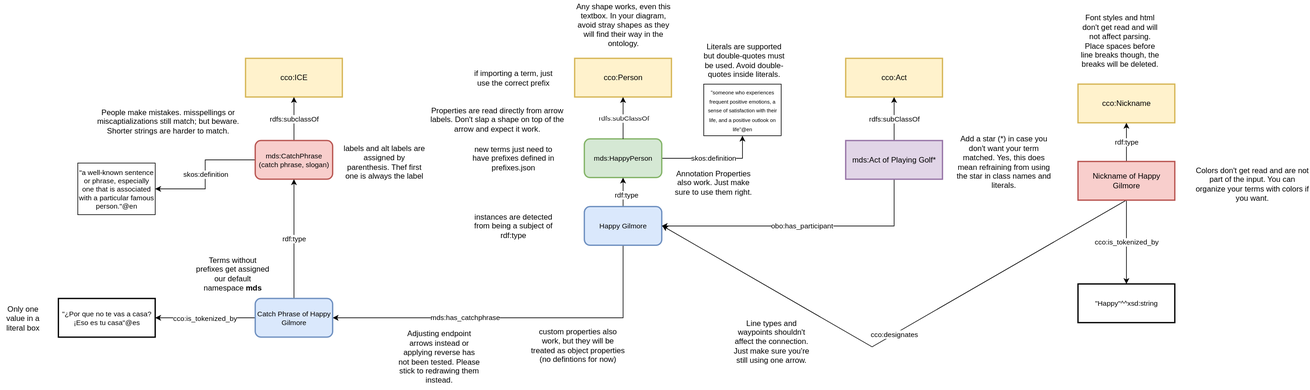
The draw.io diagram figures/happy-example-explainer.drawio.svg in Gabbyton/CEMENTO, before a commit. Source tidied: cells renumbered, new cells last; positions are measured from the earlier drawing's top-left corner, leaving out a move shared by most shapes.
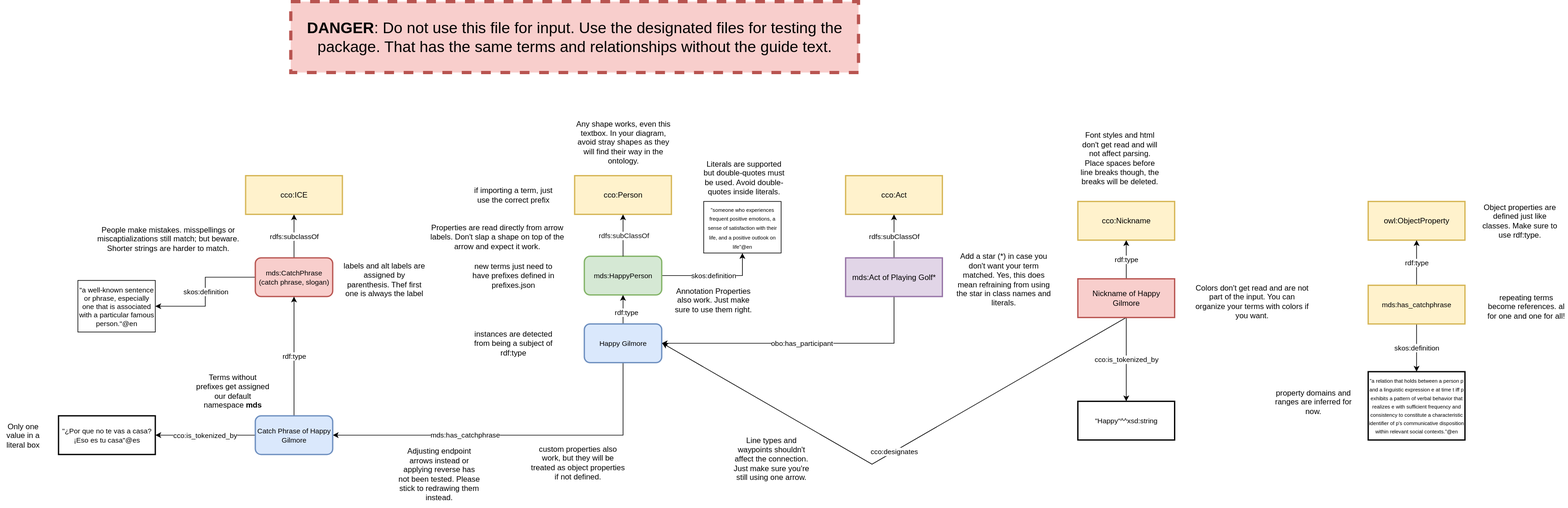
Above is the later version.

The edit, as a diff of the source:
```diff
@@ -59,6 +59,9 @@
     <mxCell id="20" value="&lt;span style=&quot;font-size: 12px;&quot;&gt;cco:Nickname&lt;/span&gt;" style="rounded=1;whiteSpace=wrap;html=1;align=center;verticalAlign=middle;fontFamily=Helvetica;fontSize=11;labelBackgroundColor=none;fillColor=#fff2cc;strokeColor=#d6b656;strokeWidth=2;arcSize=0;enumerate=0;" parent="1" vertex="1">
       <mxGeometry x="1670" y="130" width="150" height="60" as="geometry" />
     </mxCell>
+    <mxCell id="49" value="&lt;b&gt;DANGER&lt;/b&gt;: Do not use this file for input. Use the designated files for testing the package. That has the same terms and relationships without the guide text." style="rounded=0;whiteSpace=wrap;html=1;fillColor=#f8cecc;strokeColor=#b85450;fontSize=24;dashed=1;strokeWidth=5;" parent="1" vertex="1">
+      <mxGeometry x="450" y="-180" width="880" height="110" as="geometry" />
+    </mxCell>
     <mxCell id="21" value="rdf:type" style="edgeStyle=orthogonalEdgeStyle;rounded=0;jettySize=auto;html=1;" parent="1" edge="1" source="24" target="20">
       <mxGeometry relative="1" as="geometry" />
     </mxCell>
@@ -121,7 +124,7 @@
     <mxCell id="39" value="&quot;¿Por que no te vas a casa? ¡Eso es tu casa&quot;@es" style="rounded=1;whiteSpace=wrap;html=1;align=center;verticalAlign=middle;fontFamily=Helvetica;fontSize=11;labelBackgroundColor=none;strokeWidth=2;arcSize=0;enumerate=0;" parent="1" vertex="1">
       <mxGeometry x="90" y="462.5" width="150" height="60" as="geometry" />
     </mxCell>
-    <mxCell id="40" value="custom properties also work, but they will be treated as object properties (no defintions for now)" style="text;html=1;align=center;verticalAlign=middle;whiteSpace=wrap;rounded=0;" parent="1" vertex="1">
+    <mxCell id="40" value="custom properties also work, but they will be treated as object properties if not defined." style="text;html=1;align=center;verticalAlign=middle;whiteSpace=wrap;rounded=0;" parent="1" vertex="1">
       <mxGeometry x="820" y="500" width="150" height="70" as="geometry" />
     </mxCell>
     <mxCell id="41" value="Only one value in a literal box" style="text;html=1;align=center;verticalAlign=middle;whiteSpace=wrap;rounded=0;" parent="1" vertex="1">
@@ -148,5 +151,29 @@
     <mxCell id="48" value="Add a star (*) in case you don't want your term matched. Yes, this does mean refraining from using the star in class names and literals." style="text;html=1;align=center;verticalAlign=middle;whiteSpace=wrap;rounded=0;" parent="1" vertex="1">
       <mxGeometry x="1480" y="203.8" width="150" height="95" as="geometry" />
     </mxCell>
+    <mxCell id="50" value="&lt;span style=&quot;font-size: 12px;&quot;&gt;owl:ObjectProperty&lt;/span&gt;" style="rounded=1;whiteSpace=wrap;html=1;align=center;verticalAlign=middle;fontFamily=Helvetica;fontSize=11;labelBackgroundColor=none;fillColor=#fff2cc;strokeColor=#d6b656;strokeWidth=2;arcSize=0;enumerate=0;" parent="1" vertex="1">
+      <mxGeometry x="2120" y="130" width="150" height="60" as="geometry" />
+    </mxCell>
+    <mxCell id="51" value="rdf:type" style="edgeStyle=orthogonalEdgeStyle;rounded=0;jettySize=auto;html=1;" parent="1" edge="1" source="53" target="50">
+      <mxGeometry relative="1" as="geometry" />
+    </mxCell>
+    <mxCell id="52" value="skos:definition" style="edgeStyle=orthogonalEdgeStyle;rounded=0;jettySize=auto;html=1;" parent="1" edge="1" source="53" target="56">
+      <mxGeometry relative="1" as="geometry" />
+    </mxCell>
+    <mxCell id="53" value="mds:has_catchphrase" style="rounded=1;whiteSpace=wrap;html=1;align=center;verticalAlign=middle;fontFamily=Helvetica;fontSize=11;labelBackgroundColor=none;fillColor=#fff2cc;strokeColor=#d6b656;strokeWidth=2;arcSize=0;enumerate=0;" parent="1" vertex="1">
+      <mxGeometry x="2120" y="260" width="150" height="60" as="geometry" />
+    </mxCell>
+    <mxCell id="54" value="Object properties are defined just like classes. Make sure to use rdf:type." style="text;html=1;align=center;verticalAlign=middle;whiteSpace=wrap;rounded=0;" parent="1" vertex="1">
+      <mxGeometry x="2290" y="128.8" width="130" height="62.5" as="geometry" />
+    </mxCell>
+    <mxCell id="55" value="repeating terms become references. al for one and one for all!" style="text;html=1;align=center;verticalAlign=middle;whiteSpace=wrap;rounded=0;" parent="1" vertex="1">
+      <mxGeometry x="2300" y="261.2" width="130" height="62.5" as="geometry" />
+    </mxCell>
+    <mxCell id="56" value="&lt;font style=&quot;font-size: 8px;&quot; face=&quot;Helvetica&quot;&gt;&quot;a relation that holds between a person p and a linguistic expression e at time t iff p exhibits a pattern of verbal behavior that realizes e with sufficient frequency and consistency to constitute a characteristic identifier of p's communicative disposition within relevant social contexts.&quot;@en&lt;/font&gt;" style="rounded=1;whiteSpace=wrap;html=1;align=center;verticalAlign=middle;fontFamily=Helvetica;fontSize=11;labelBackgroundColor=none;strokeWidth=2;arcSize=0;enumerate=0;" parent="1" vertex="1">
+      <mxGeometry x="2120" y="394" width="150" height="106" as="geometry" />
+    </mxCell>
+    <mxCell id="57" value="property domains and ranges are inferred for now." style="text;html=1;align=center;verticalAlign=middle;whiteSpace=wrap;rounded=0;" parent="1" vertex="1">
+      <mxGeometry x="1970" y="410" width="130" height="62.5" as="geometry" />
+    </mxCell>
   </root>
 </mxGraphModel>
```
